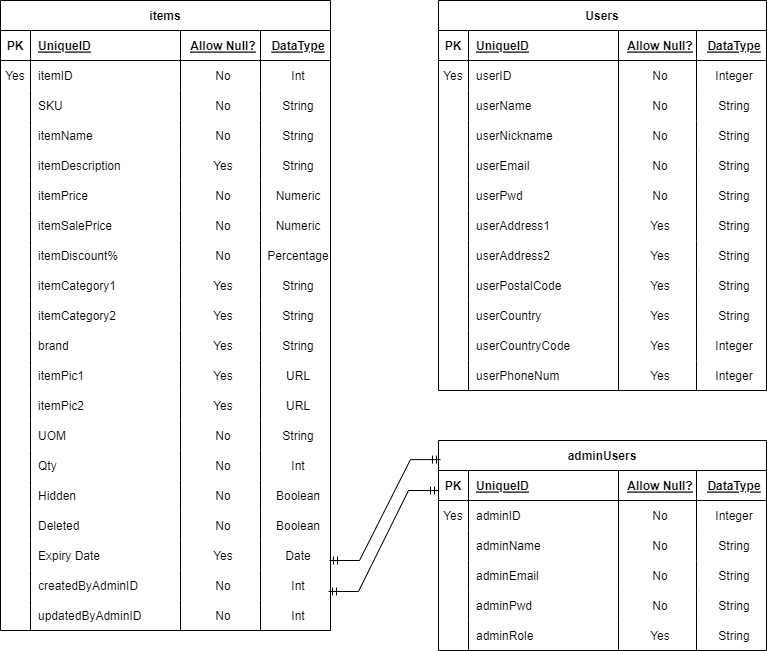
Earlier version of the draw.io export reference/group project 2 ERD.png (SDICohort4-Group4/G4-Project1). Source tidied: cells renumbered, new cells last; positions are measured from the earlier drawing's top-left corner, leaving out a move shared by most shapes.
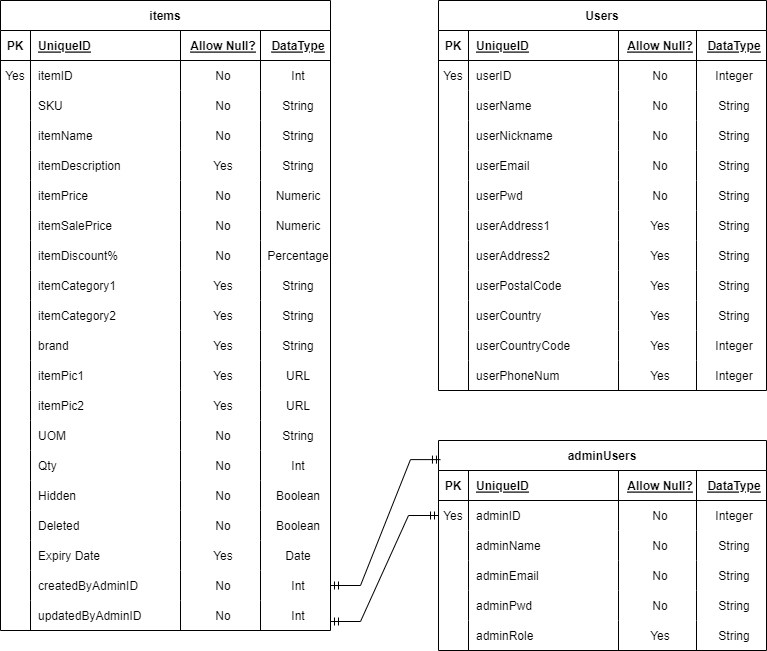
Later version of the same file.

Diff of the diagram source:
```diff
@@ -581,15 +581,12 @@
     <mxCell id="194" value="String" style="shape=partialRectangle;fillColor=none;top=0;left=0;bottom=0;right=0;align=center;spacingLeft=6;overflow=hidden;" parent="190" vertex="1">
       <mxGeometry x="258" width="70" height="30" as="geometry" />
     </mxCell>
-    <mxCell id="195" style="edgeStyle=entityRelationEdgeStyle;fontSize=12;html=1;endArrow=ERmandOne;startArrow=ERmandOne;rounded=0;entryX=0.006;entryY=0.091;entryDx=0;entryDy=0;entryPerimeter=0;" parent="1" edge="1" target="164">
-      <mxGeometry relative="1" as="geometry">
-        <mxPoint x="329" y="560" as="sourcePoint" />
-      </mxGeometry>
+    <mxCell id="195" style="edgeStyle=entityRelationEdgeStyle;fontSize=12;html=1;endArrow=ERmandOne;startArrow=ERmandOne;rounded=0;entryX=0.006;entryY=0.091;entryDx=0;entryDy=0;entryPerimeter=0;exitX=1;exitY=0.5;exitDx=0;exitDy=0;" parent="1" edge="1" source="93" target="164">
+      <mxGeometry relative="1" as="geometry" />
     </mxCell>
-    <mxCell id="196" style="edgeStyle=entityRelationEdgeStyle;fontSize=12;html=1;endArrow=ERmandOne;startArrow=ERmandOne;rounded=0;entryX=0.006;entryY=0.091;entryDx=0;entryDy=0;entryPerimeter=0;" parent="1" edge="1">
+    <mxCell id="196" style="edgeStyle=entityRelationEdgeStyle;fontSize=12;html=1;endArrow=ERmandOne;startArrow=ERmandOne;rounded=0;entryX=0;entryY=0.5;entryDx=0;entryDy=0;" parent="1" edge="1" target="170">
       <mxGeometry relative="1" as="geometry">
-        <mxPoint x="328" y="591" as="sourcePoint" />
-        <mxPoint x="438" y="490" as="targetPoint" />
+        <mxPoint x="330" y="621" as="sourcePoint" />
       </mxGeometry>
     </mxCell>
   </root>
```
